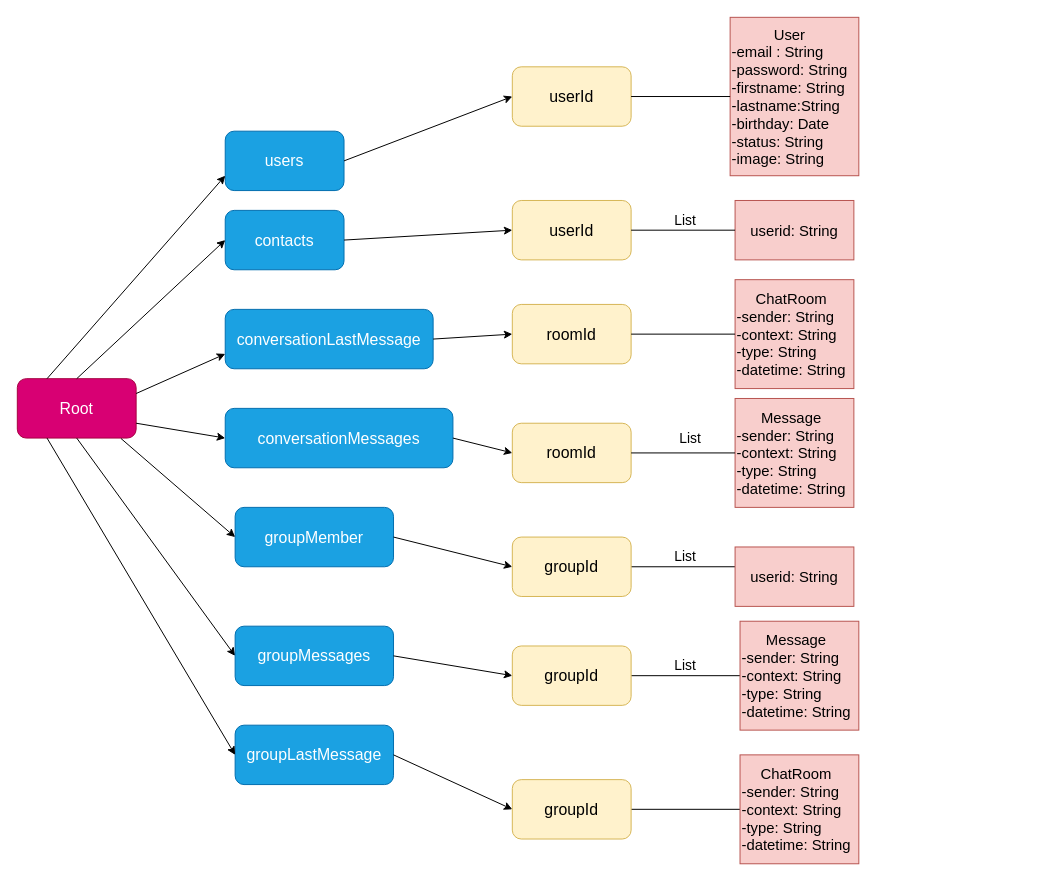
The draw.io diagram Untitled Diagram.drawio in vuduongtp/RingChat-Java-Android, before the edit. Source tidied: cells renumbered, new cells numbered last; positions are measured from the earlier drawing's top-left corner, leaving out a move shared by most shapes. Both pictures are drawn from the tidied source at 99%, with x=0, y=0 at pixel (17, 17).
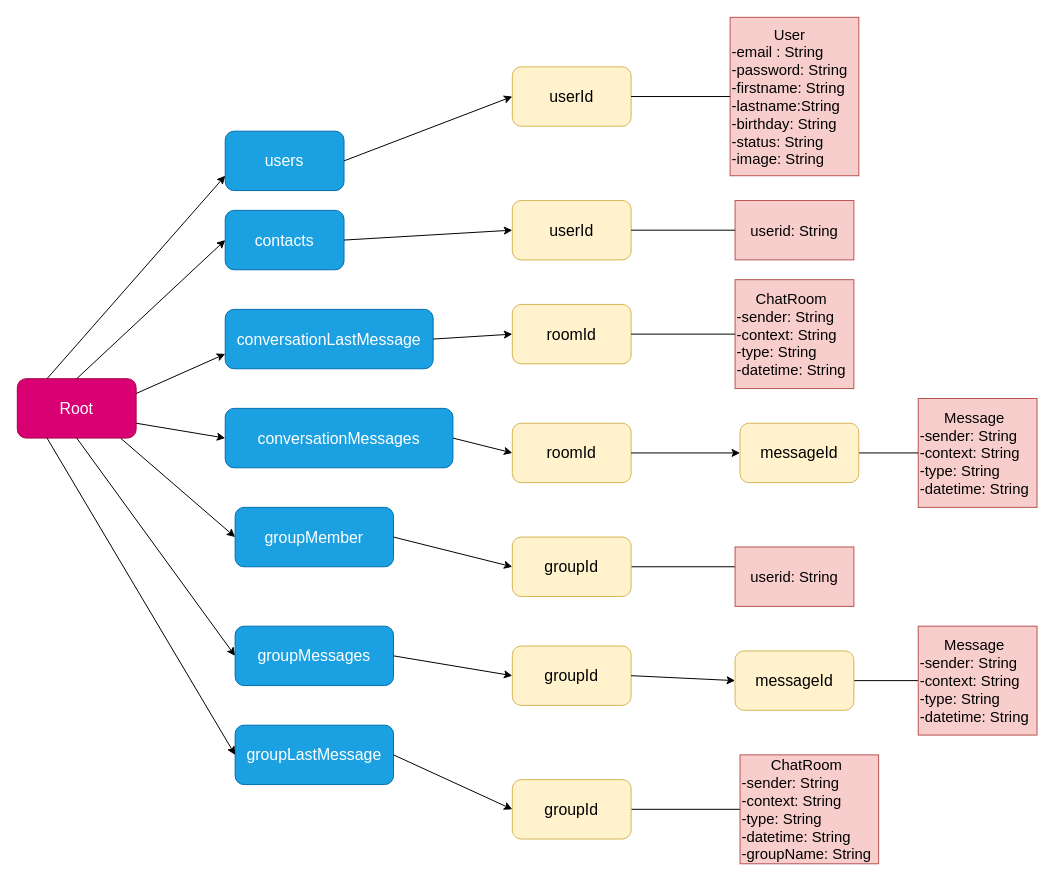
Above is the later version.

Unchanged cells that the change refers to:
```xml
<mxCell id="31" value="&lt;font style=&quot;font-size: 16px&quot;&gt;roomId&lt;/font&gt;" style="rounded=1;whiteSpace=wrap;html=1;fillColor=#fff2cc;strokeColor=#d6b656;" parent="1" vertex="1">
  <mxGeometry x="500" y="410" width="120" height="60" as="geometry" />
</mxCell>
<mxCell id="37" value="&lt;font style=&quot;font-size: 16px&quot;&gt;groupId&lt;/font&gt;" style="rounded=1;whiteSpace=wrap;html=1;fillColor=#fff2cc;strokeColor=#d6b656;" parent="1" vertex="1">
  <mxGeometry x="500" y="525" width="120" height="60" as="geometry" />
</mxCell>
<mxCell id="38" value="&lt;font style=&quot;font-size: 15px&quot;&gt;userid: String&lt;/font&gt;" style="rounded=0;whiteSpace=wrap;html=1;fillColor=#f8cecc;strokeColor=#b85450;" parent="1" vertex="1">
  <mxGeometry x="725" y="535" width="120" height="60" as="geometry" />
</mxCell>
<mxCell id="41" value="&lt;font style=&quot;font-size: 16px&quot;&gt;groupId&lt;/font&gt;" style="rounded=1;whiteSpace=wrap;html=1;fillColor=#fff2cc;strokeColor=#d6b656;" parent="1" vertex="1">
  <mxGeometry x="500" y="635" width="120" height="60" as="geometry" />
</mxCell>
```

The edit, as a diff of the source:
```diff
@@
-    <mxCell id="23" value="&lt;div style=&quot;text-align: center ; font-size: 15px&quot;&gt;&lt;font style=&quot;font-size: 15px&quot;&gt;User&lt;/font&gt;&lt;/div&gt;&lt;font style=&quot;font-size: 15px&quot;&gt;&lt;font style=&quot;font-size: 15px&quot;&gt;-email : String&lt;br&gt;-password: String&lt;br&gt;-firstname: String&lt;br&gt;-lastname:String&lt;br&gt;-birthday: Date&lt;br&gt;-status: String&lt;br&gt;-image: String&lt;/font&gt;&lt;br&gt;&lt;/font&gt;" style="rounded=0;whiteSpace=wrap;html=1;align=left;fillColor=#f8cecc;strokeColor=#b85450;" parent="1" vertex="1">
+    <mxCell id="23" value="&lt;div style=&quot;text-align: center ; font-size: 15px&quot;&gt;&lt;font style=&quot;font-size: 15px&quot;&gt;User&lt;/font&gt;&lt;/div&gt;&lt;font style=&quot;font-size: 15px&quot;&gt;&lt;font style=&quot;font-size: 15px&quot;&gt;-email : String&lt;br&gt;-password: String&lt;br&gt;-firstname: String&lt;br&gt;-lastname:String&lt;br&gt;-birthday: String&lt;br&gt;-status: String&lt;br&gt;-image: String&lt;/font&gt;&lt;br&gt;&lt;/font&gt;" style="rounded=0;whiteSpace=wrap;html=1;align=left;fillColor=#f8cecc;strokeColor=#b85450;" parent="1" vertex="1">
       <mxGeometry x="720" width="130" height="160" as="geometry" />
     </mxCell>
@@
     <mxCell id="33" value="&lt;div style=&quot;text-align: center ; font-size: 15px&quot;&gt;&lt;font style=&quot;font-size: 15px&quot;&gt;Message&lt;/font&gt;&lt;/div&gt;&lt;font style=&quot;font-size: 15px&quot;&gt;&lt;font style=&quot;font-size: 15px&quot;&gt;-sender: String&lt;br&gt;-context: String&lt;br&gt;-type: String&lt;br&gt;-datetime: String&lt;/font&gt;&lt;br&gt;&lt;/font&gt;" style="rounded=0;whiteSpace=wrap;html=1;fillColor=#f8cecc;strokeColor=#b85450;align=left;" parent="1" vertex="1">
-      <mxGeometry x="725" y="385" width="120" height="110" as="geometry" />
+      <mxGeometry x="910" y="385" width="120" height="110" as="geometry" />
     </mxCell>
-    <mxCell id="34" style="endArrow=none;html=1;entryX=1;entryY=0.5;entryDx=0;entryDy=0;exitX=0;exitY=0.5;exitDx=0;exitDy=0;" parent="1" edge="1" source="33" target="31">
+    <mxCell id="34" style="endArrow=none;html=1;exitX=0;exitY=0.5;exitDx=0;exitDy=0;entryX=1;entryY=0.5;entryDx=0;entryDy=0;" parent="1" edge="1" source="33" target="51">
       <mxGeometry relative="1" as="geometry" />
     </mxCell>
-    <mxCell id="35" style="endArrow=none;html=1;entryX=1;entryY=0.5;entryDx=0;entryDy=0;exitX=0;exitY=0.333;exitDx=0;exitDy=0;exitPerimeter=0;" parent="1" edge="1" source="38" target="37">
+    <mxCell id="35" style="endArrow=none;html=1;exitX=0;exitY=0.333;exitDx=0;exitDy=0;exitPerimeter=0;entryX=1;entryY=0.5;entryDx=0;entryDy=0;" parent="1" edge="1" source="38" target="37">
       <mxGeometry relative="1" as="geometry" />
     </mxCell>
@@
-    <mxCell id="39" style="endArrow=none;html=1;entryX=1;entryY=0.5;entryDx=0;entryDy=0;exitX=0;exitY=0.5;exitDx=0;exitDy=0;" parent="1" edge="1" source="46" target="41">
+    <mxCell id="39" style="endArrow=none;html=1;exitX=0;exitY=0.5;exitDx=0;exitDy=0;entryX=1;entryY=0.5;entryDx=0;entryDy=0;" parent="1" edge="1" source="46" target="54">
       <mxGeometry relative="1" as="geometry" />
     </mxCell>
@@
-    <mxCell id="45" value="&lt;div style=&quot;text-align: center ; font-size: 15px&quot;&gt;&lt;font style=&quot;font-size: 15px&quot;&gt;ChatRoom&lt;/font&gt;&lt;/div&gt;&lt;font style=&quot;font-size: 15px&quot;&gt;&lt;font style=&quot;font-size: 15px&quot;&gt;-sender: String&lt;br&gt;-context: String&lt;br&gt;-type: String&lt;br&gt;-datetime: String&lt;/font&gt;&lt;br&gt;&lt;/font&gt;" style="rounded=0;whiteSpace=wrap;html=1;fillColor=#f8cecc;strokeColor=#b85450;align=left;" parent="1" vertex="1">
-      <mxGeometry x="730" y="745" width="120" height="110" as="geometry" />
+    <mxCell id="45" value="&lt;div style=&quot;text-align: center ; font-size: 15px&quot;&gt;&lt;font style=&quot;font-size: 15px&quot;&gt;ChatRoom&lt;/font&gt;&lt;/div&gt;&lt;font style=&quot;font-size: 15px&quot;&gt;&lt;font style=&quot;font-size: 15px&quot;&gt;-sender: String&lt;br&gt;-context: String&lt;br&gt;-type: String&lt;br&gt;-datetime: String&lt;br&gt;&lt;/font&gt;-groupName: String&lt;br&gt;&lt;/font&gt;" style="rounded=0;whiteSpace=wrap;html=1;fillColor=#f8cecc;strokeColor=#b85450;align=left;" parent="1" vertex="1">
+      <mxGeometry x="730" y="745" width="140" height="110" as="geometry" />
     </mxCell>
     <mxCell id="46" value="&lt;div style=&quot;text-align: center ; font-size: 15px&quot;&gt;&lt;font style=&quot;font-size: 15px&quot;&gt;Message&lt;/font&gt;&lt;/div&gt;&lt;font style=&quot;font-size: 15px&quot;&gt;&lt;font style=&quot;font-size: 15px&quot;&gt;-sender: String&lt;br&gt;-context: String&lt;br&gt;-type: String&lt;br&gt;-datetime: String&lt;/font&gt;&lt;br&gt;&lt;/font&gt;" style="rounded=0;whiteSpace=wrap;html=1;fillColor=#f8cecc;strokeColor=#b85450;align=left;" parent="1" vertex="1">
-      <mxGeometry x="730" y="610" width="120" height="110" as="geometry" />
+      <mxGeometry x="910" y="615" width="120" height="110" as="geometry" />
     </mxCell>
-    <mxCell id="47" value="&lt;font style=&quot;font-size: 14px&quot;&gt;List&lt;/font&gt;" style="text;html=1;align=center;verticalAlign=middle;whiteSpace=wrap;rounded=0;" parent="1" vertex="1">
-      <mxGeometry x="655" y="195" width="40" height="20" as="geometry" />
-    </mxCell>
-    <mxCell id="48" value="&lt;font style=&quot;font-size: 14px&quot;&gt;List&lt;/font&gt;" style="text;html=1;align=center;verticalAlign=middle;whiteSpace=wrap;rounded=0;" parent="1" vertex="1">
-      <mxGeometry x="660" y="415" width="40" height="20" as="geometry" />
-    </mxCell>
-    <mxCell id="49" value="&lt;font style=&quot;font-size: 14px&quot;&gt;List&lt;/font&gt;" style="text;html=1;align=center;verticalAlign=middle;whiteSpace=wrap;rounded=0;" parent="1" vertex="1">
-      <mxGeometry x="655" y="535" width="40" height="20" as="geometry" />
-    </mxCell>
-    <mxCell id="50" value="&lt;font style=&quot;font-size: 14px&quot;&gt;List&lt;/font&gt;" style="text;html=1;align=center;verticalAlign=middle;whiteSpace=wrap;rounded=0;" parent="1" vertex="1">
-      <mxGeometry x="655" y="645" width="40" height="20" as="geometry" />
-    </mxCell>
+    <mxCell id="51" value="&lt;font style=&quot;font-size: 16px&quot;&gt;messageId&lt;/font&gt;" style="rounded=1;whiteSpace=wrap;html=1;fillColor=#fff2cc;strokeColor=#d6b656;" parent="1" vertex="1">
+      <mxGeometry x="730" y="410" width="120" height="60" as="geometry" />
+    </mxCell>
+    <mxCell id="52" style="endArrow=classic;html=1;exitX=1;exitY=0.5;exitDx=0;exitDy=0;entryX=0;entryY=0.5;entryDx=0;entryDy=0;" parent="1" edge="1" source="31" target="51">
+      <mxGeometry relative="1" as="geometry" />
+    </mxCell>
+    <mxCell id="53" style="endArrow=classic;html=1;exitX=1;exitY=0.5;exitDx=0;exitDy=0;entryX=0;entryY=0.5;entryDx=0;entryDy=0;" parent="1" edge="1" source="41" target="54">
+      <mxGeometry relative="1" as="geometry" />
+    </mxCell>
+    <mxCell id="54" value="&lt;font style=&quot;font-size: 16px&quot;&gt;messageId&lt;/font&gt;" style="rounded=1;whiteSpace=wrap;html=1;fillColor=#fff2cc;strokeColor=#d6b656;" parent="1" vertex="1">
+      <mxGeometry x="725" y="640" width="120" height="60" as="geometry" />
+    </mxCell>
```
